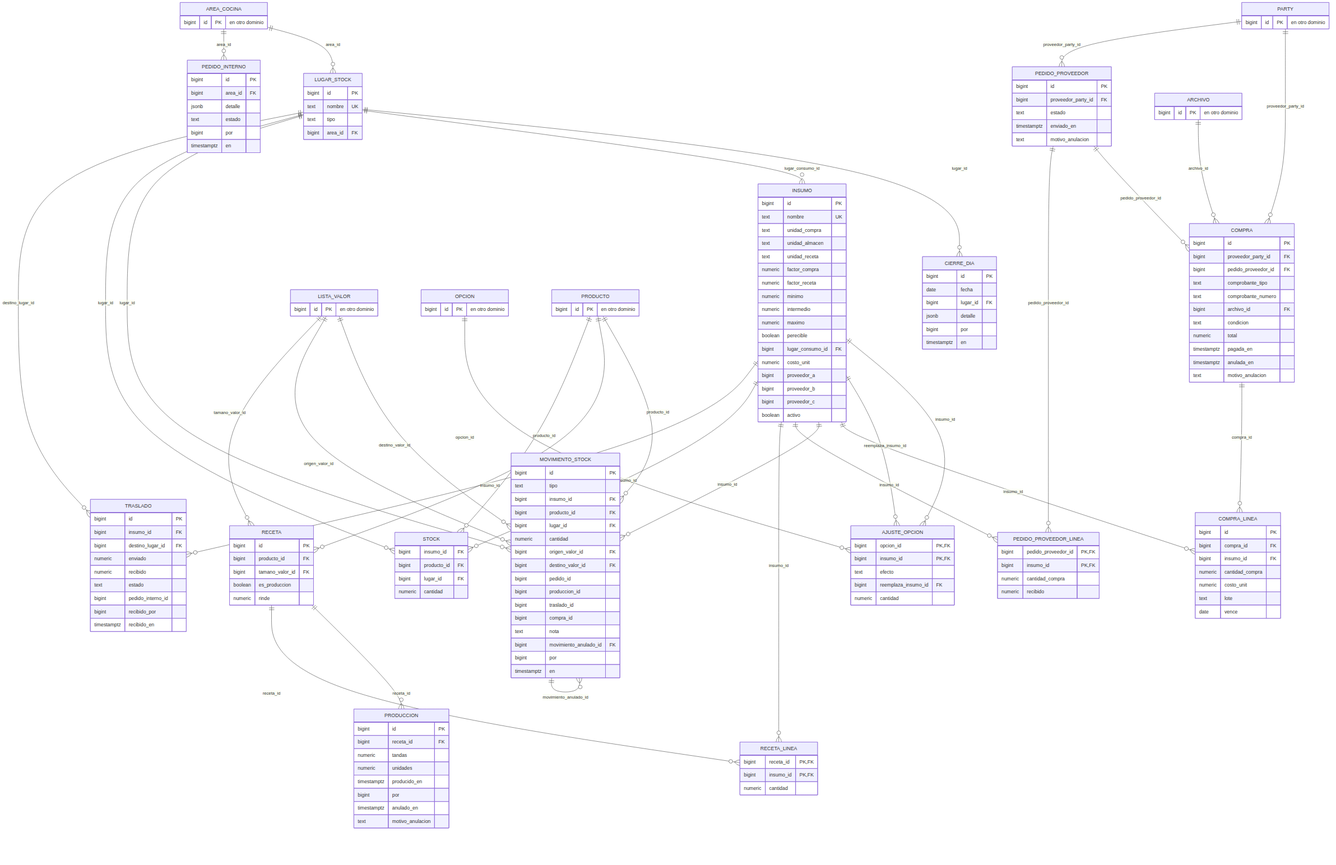
The Mermaid diagram docs/datos/er/09-stock-almacen-produccion-y-compras.png in JoseEM26/caprichos, before a commit. Its source is kept beside it as docs/datos/er/09-stock-almacen-produccion-y-compras.mmd.
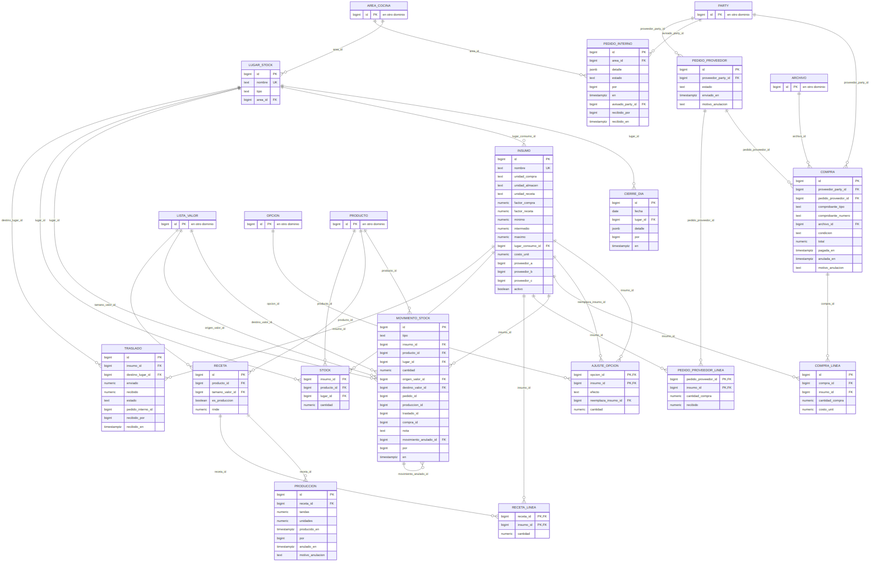
Later version of the same file.

The edit, as a diff of the source:
```diff
@@ -16,7 +16,6 @@
     numeric minimo
     numeric intermedio
     numeric maximo
-    boolean perecible
     bigint lugar_consumo_id FK
     numeric costo_unit
     bigint proveedor_a
@@ -85,6 +84,9 @@
     text estado
     bigint por
     timestamptz en
+    bigint avisado_party_id FK
+    bigint recibido_por
+    timestamptz recibido_en
   }
   PRODUCCION {
     bigint id PK
@@ -136,8 +138,6 @@
     bigint insumo_id FK
     numeric cantidad_compra
     numeric costo_unit
-    text lote
-    date vence
   }
   ARCHIVO {
     bigint id PK "en otro dominio"
@@ -180,6 +180,7 @@
   MOVIMIENTO_STOCK ||--o{ MOVIMIENTO_STOCK : "movimiento_anulado_id"
   OPCION ||--o{ AJUSTE_OPCION : "opcion_id"
   PARTY ||--o{ COMPRA : "proveedor_party_id"
+  PARTY ||--o{ PEDIDO_INTERNO : "avisado_party_id"
   PARTY ||--o{ PEDIDO_PROVEEDOR : "proveedor_party_id"
   PEDIDO_PROVEEDOR ||--o{ COMPRA : "pedido_proveedor_id"
   PEDIDO_PROVEEDOR ||--o{ PEDIDO_PROVEEDOR_LINEA : "pedido_proveedor_id"
```
